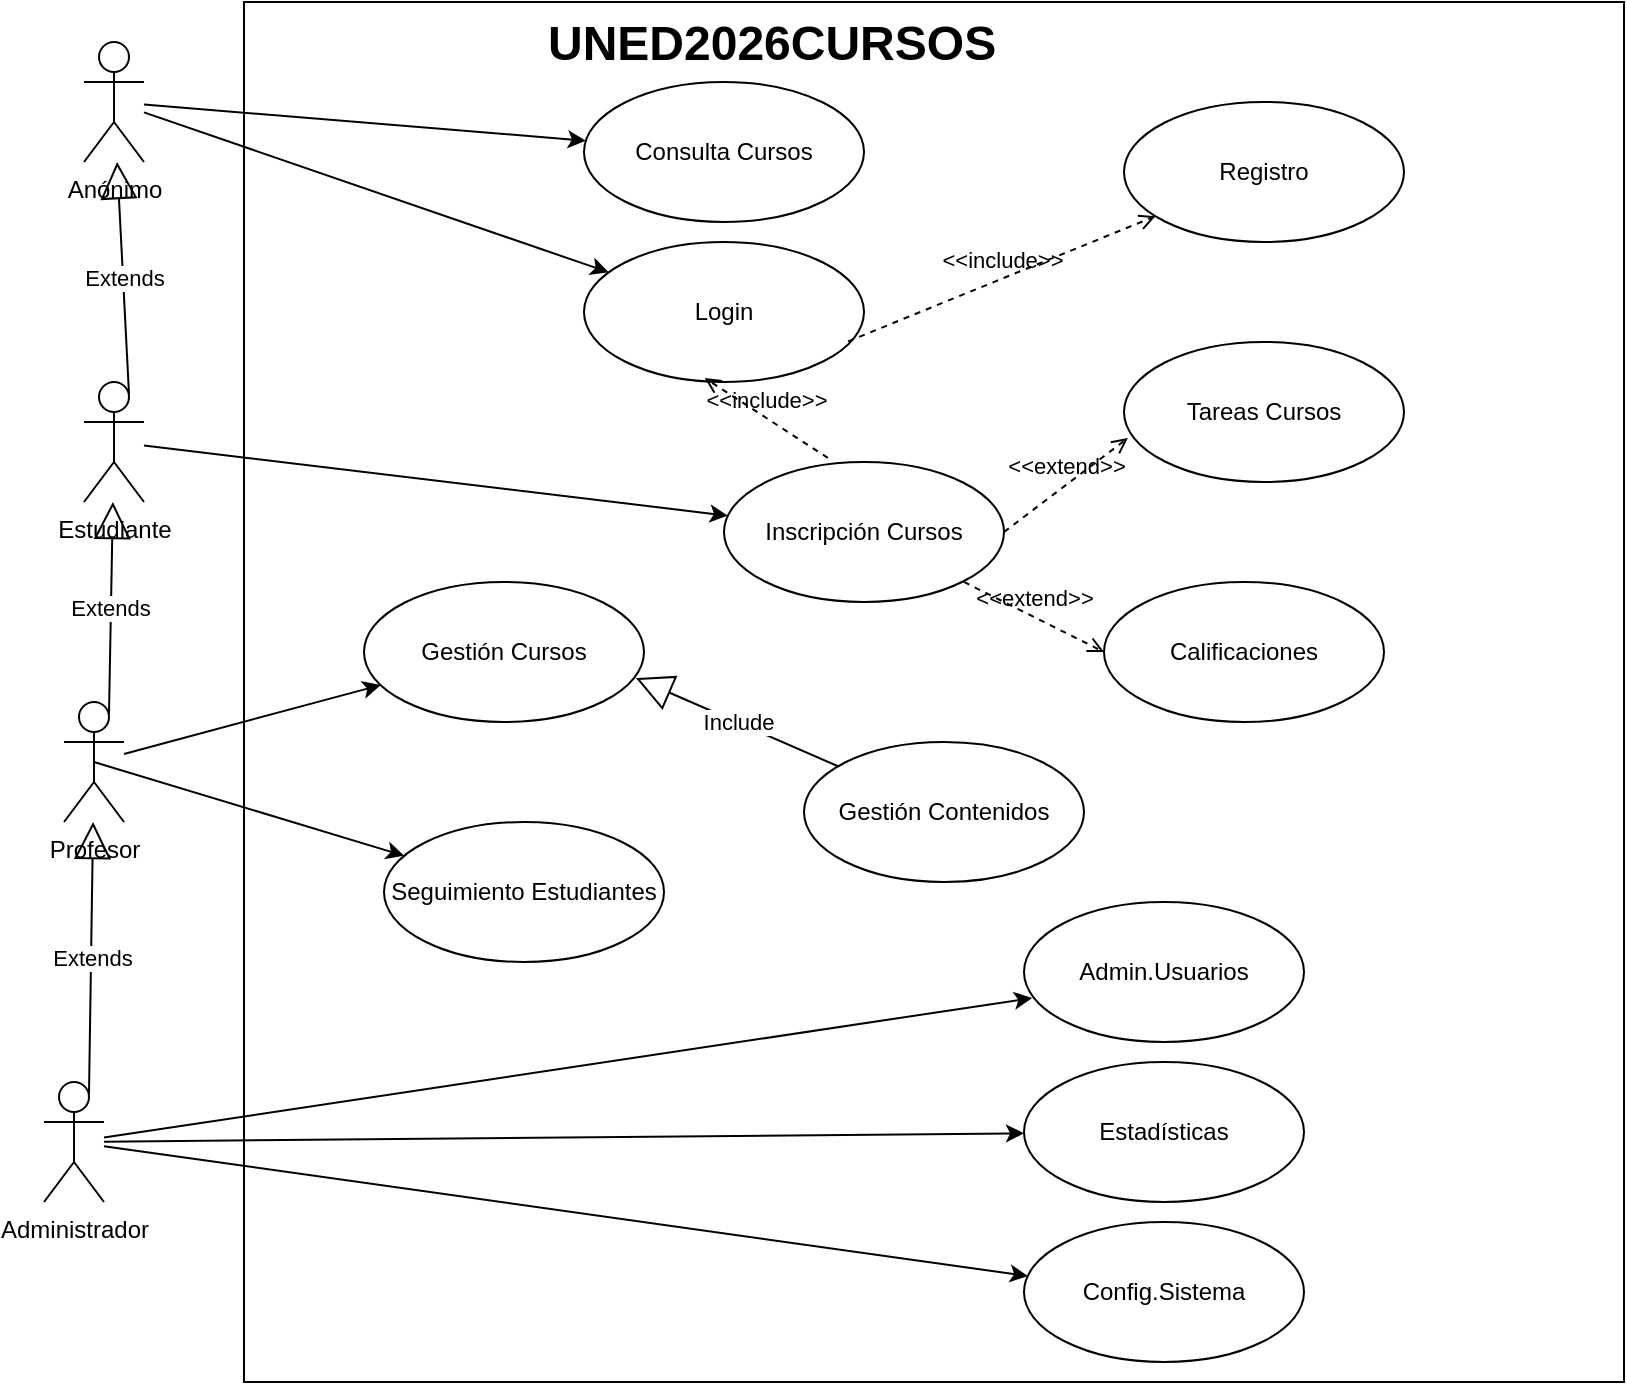
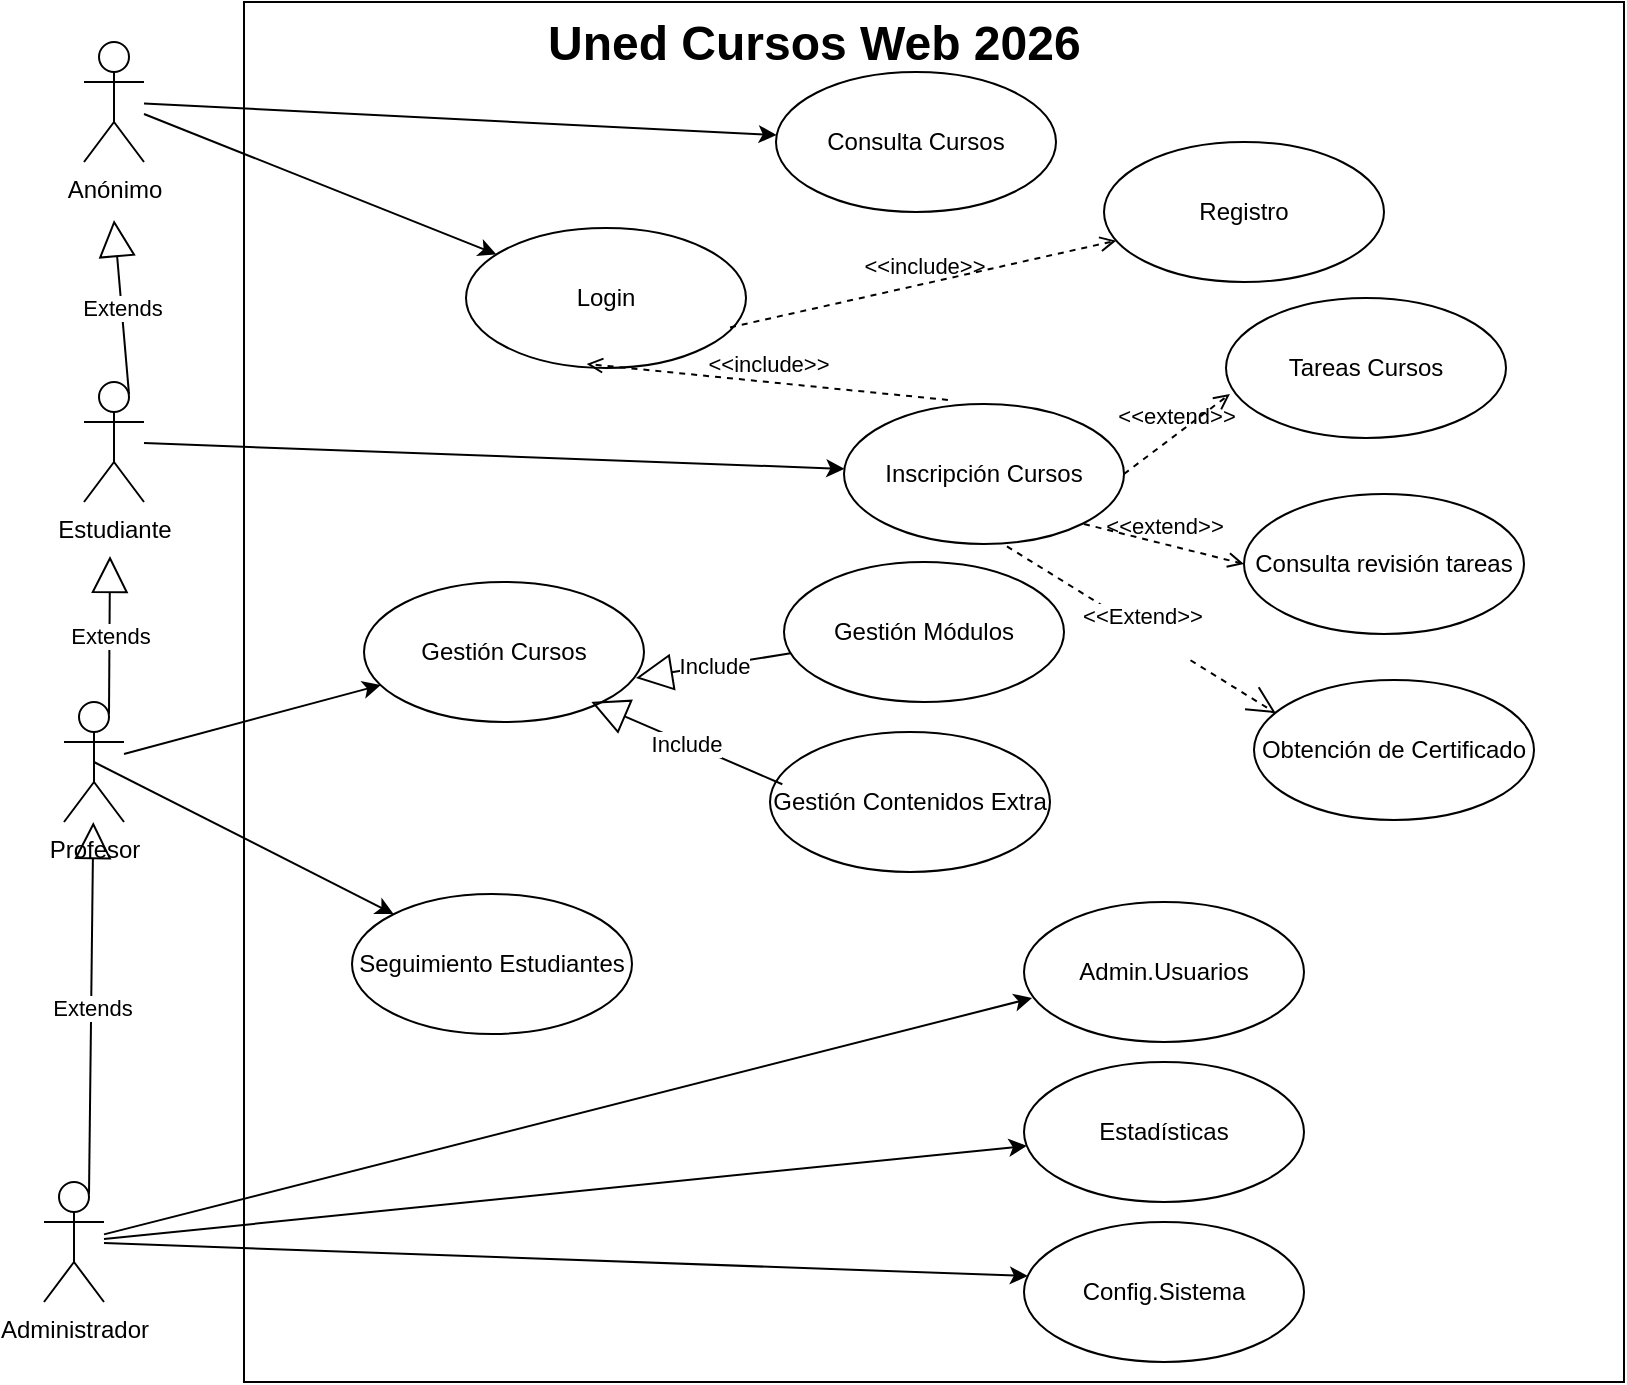
<mxfile host="app.diagrams.net">
  <diagram name="Página-1" id="Z6eqz6JyQ6Rworocjw-s">
-     <mxGraphModel dx="1433" dy="732" grid="1" gridSize="10" guides="0" tooltips="1" connect="1" arrows="1" fold="1" page="1" pageScale="1" pageWidth="827" pageHeight="1169" background="none" math="0" shadow="0">
+     <mxGraphModel dx="1483" dy="700" grid="0" gridSize="10" guides="0" tooltips="1" connect="1" arrows="1" fold="1" page="1" pageScale="1" pageWidth="827" pageHeight="1169" background="none" math="0" shadow="0">
      <root>
        <mxCell id="0" />
        <mxCell id="1" parent="0" />
        <mxCell id="1F54V-lmrA6XuyNNSSGk-1" parent="1" style="whiteSpace=wrap;html=1;aspect=fixed;" value="" vertex="1">
          <mxGeometry height="690" width="690" x="200" y="20" as="geometry" />
        </mxCell>
-         <mxCell id="1F54V-lmrA6XuyNNSSGk-2" parent="1" style="text;html=1;whiteSpace=wrap;overflow=hidden;rounded=0;" value="&lt;h1 style=&quot;margin-top: 0px;&quot;&gt;UNED2026CURSOS&lt;/h1&gt;" vertex="1">
-           <mxGeometry height="40" width="240" x="350" y="20" as="geometry" />
+         <mxCell id="1F54V-lmrA6XuyNNSSGk-2" parent="1" style="text;html=1;whiteSpace=wrap;overflow=hidden;rounded=0;" value="&lt;h1 style=&quot;margin-top: 0px;&quot;&gt;Uned Cursos Web 2026&lt;/h1&gt;" vertex="1">
+           <mxGeometry height="40" width="282" x="350" y="20" as="geometry" />
        </mxCell>
        <UserObject label="Anónimo" tooltip="Anónimo" id="1F54V-lmrA6XuyNNSSGk-3">
          <mxCell parent="1" style="shape=umlActor;verticalLabelPosition=bottom;verticalAlign=top;html=1;outlineConnect=0;" vertex="1">
            <mxGeometry height="60" width="30" x="120" y="40" as="geometry" />
          </mxCell>
        </UserObject>
        <mxCell id="1F54V-lmrA6XuyNNSSGk-5" parent="1" style="ellipse;whiteSpace=wrap;html=1;" value="Consulta Cursos" vertex="1">
-           <mxGeometry height="70" width="140" x="370" y="60" as="geometry" />
+           <mxGeometry height="70" width="140" x="466" y="55" as="geometry" />
        </mxCell>
        <UserObject label="Estudiante&lt;div&gt;&lt;br&gt;&lt;/div&gt;" tooltip="Anónimo" id="1F54V-lmrA6XuyNNSSGk-6">
          <mxCell parent="1" style="shape=umlActor;verticalLabelPosition=bottom;verticalAlign=top;html=1;outlineConnect=0;" vertex="1">
            <mxGeometry height="60" width="30" x="120" y="210" as="geometry" />
          </mxCell>
        </UserObject>
        <mxCell id="1F54V-lmrA6XuyNNSSGk-12" parent="1" style="ellipse;whiteSpace=wrap;html=1;" value="Login" vertex="1">
-           <mxGeometry height="70" width="140" x="370" y="140" as="geometry" />
+           <mxGeometry height="70" width="140" x="311" y="133" as="geometry" />
        </mxCell>
        <mxCell id="1F54V-lmrA6XuyNNSSGk-13" parent="1" style="ellipse;whiteSpace=wrap;html=1;" value="Registro" vertex="1">
-           <mxGeometry height="70" width="140" x="640" y="70" as="geometry" />
+           <mxGeometry height="70" width="140" x="630" y="90" as="geometry" />
        </mxCell>
        <UserObject label="&lt;div&gt;Profesor&lt;/div&gt;&lt;div&gt;&lt;br&gt;&lt;/div&gt;" tooltip="Anónimo" id="1F54V-lmrA6XuyNNSSGk-16">
          <mxCell parent="1" style="shape=umlActor;verticalLabelPosition=bottom;verticalAlign=top;html=1;outlineConnect=0;" vertex="1">
            <mxGeometry height="60" width="30" x="110" y="370" as="geometry" />
          </mxCell>
        </UserObject>
        <UserObject label="&lt;div&gt;Administrador&lt;/div&gt;" tooltip="Anónimo" id="1F54V-lmrA6XuyNNSSGk-21">
          <mxCell parent="1" style="shape=umlActor;verticalLabelPosition=bottom;verticalAlign=top;html=1;outlineConnect=0;" vertex="1">
-             <mxGeometry height="60" width="30" x="100" y="560" as="geometry" />
+             <mxGeometry height="60" width="30" x="100" y="610" as="geometry" />
          </mxCell>
        </UserObject>
        <mxCell id="1F54V-lmrA6XuyNNSSGk-25" parent="1" style="ellipse;whiteSpace=wrap;html=1;" value="Admin.Usuarios" vertex="1">
          <mxGeometry height="70" width="140" x="590" y="470" as="geometry" />
        </mxCell>
        <mxCell id="1F54V-lmrA6XuyNNSSGk-26" parent="1" style="ellipse;whiteSpace=wrap;html=1;" value="Estadísticas" vertex="1">
          <mxGeometry height="70" width="140" x="590" y="550" as="geometry" />
        </mxCell>
        <mxCell id="1F54V-lmrA6XuyNNSSGk-27" parent="1" style="ellipse;whiteSpace=wrap;html=1;" value="Config.Sistema" vertex="1">
          <mxGeometry height="70" width="140" x="590" y="630" as="geometry" />
        </mxCell>
        <mxCell id="1F54V-lmrA6XuyNNSSGk-29" edge="1" parent="1" source="1F54V-lmrA6XuyNNSSGk-3" style="endArrow=classic;html=1;rounded=0;" target="1F54V-lmrA6XuyNNSSGk-5" value="">
          <mxGeometry height="50" relative="1" width="50" as="geometry">
            <mxPoint x="400" y="250" as="sourcePoint" />
            <mxPoint x="450" y="200" as="targetPoint" />
          </mxGeometry>
        </mxCell>
        <mxCell id="1F54V-lmrA6XuyNNSSGk-30" edge="1" parent="1" source="1F54V-lmrA6XuyNNSSGk-3" style="endArrow=classic;html=1;rounded=0;" target="1F54V-lmrA6XuyNNSSGk-12" value="">
          <mxGeometry height="50" relative="1" width="50" as="geometry">
            <mxPoint x="330" y="172" as="sourcePoint" />
            <mxPoint x="451" y="160" as="targetPoint" />
          </mxGeometry>
        </mxCell>
        <mxCell id="1F54V-lmrA6XuyNNSSGk-31" parent="1" style="ellipse;whiteSpace=wrap;html=1;" value="Inscripción Cursos" vertex="1">
-           <mxGeometry height="70" width="140" x="440" y="250" as="geometry" />
+           <mxGeometry height="70" width="140" x="500" y="221" as="geometry" />
        </mxCell>
        <mxCell id="1F54V-lmrA6XuyNNSSGk-33" edge="1" parent="1" source="1F54V-lmrA6XuyNNSSGk-6" style="endArrow=classic;html=1;rounded=0;" target="1F54V-lmrA6XuyNNSSGk-31" value="">
          <mxGeometry height="50" relative="1" width="50" as="geometry">
            <mxPoint x="390" y="220" as="sourcePoint" />
            <mxPoint x="572" y="240" as="targetPoint" />
          </mxGeometry>
        </mxCell>
        <mxCell id="1F54V-lmrA6XuyNNSSGk-34" parent="1" style="ellipse;whiteSpace=wrap;html=1;" value="Tareas Cursos" vertex="1">
-           <mxGeometry height="70" width="140" x="640" y="190" as="geometry" />
+           <mxGeometry height="70" width="140" x="691" y="168" as="geometry" />
        </mxCell>
-         <mxCell id="1F54V-lmrA6XuyNNSSGk-35" parent="1" style="ellipse;whiteSpace=wrap;html=1;" value="Calificaciones" vertex="1">
-           <mxGeometry height="70" width="140" x="630" y="310" as="geometry" />
+         <mxCell id="1F54V-lmrA6XuyNNSSGk-35" parent="1" style="ellipse;whiteSpace=wrap;html=1;" value="Consulta revisión tareas" vertex="1">
+           <mxGeometry height="70" width="140" x="700" y="266" as="geometry" />
        </mxCell>
        <mxCell id="1F54V-lmrA6XuyNNSSGk-39" parent="1" style="ellipse;whiteSpace=wrap;html=1;" value="Gestión Cursos" vertex="1">
          <mxGeometry height="70" width="140" x="260" y="310" as="geometry" />
        </mxCell>
-         <mxCell id="1F54V-lmrA6XuyNNSSGk-40" parent="1" style="ellipse;whiteSpace=wrap;html=1;" value="Gestión Contenidos" vertex="1">
-           <mxGeometry height="70" width="140" x="480" y="390" as="geometry" />
+         <mxCell id="1F54V-lmrA6XuyNNSSGk-40" parent="1" style="ellipse;whiteSpace=wrap;html=1;" value="Gestión Módulos" vertex="1">
+           <mxGeometry height="70" width="140" x="470" y="300" as="geometry" />
        </mxCell>
        <mxCell id="1F54V-lmrA6XuyNNSSGk-41" edge="1" parent="1" source="1F54V-lmrA6XuyNNSSGk-40" style="endArrow=block;endSize=16;endFill=0;html=1;rounded=0;entryX=0.971;entryY=0.686;entryDx=0;entryDy=0;entryPerimeter=0;" target="1F54V-lmrA6XuyNNSSGk-39" value="Include">
          <mxGeometry relative="1" width="160" as="geometry">
            <mxPoint x="620" y="226" as="sourcePoint" />
            <mxPoint x="719" y="220" as="targetPoint" />
          </mxGeometry>
        </mxCell>
        <mxCell id="1F54V-lmrA6XuyNNSSGk-42" parent="1" style="ellipse;whiteSpace=wrap;html=1;" value="Seguimiento Estudiantes" vertex="1">
-           <mxGeometry height="70" width="140" x="270" y="430" as="geometry" />
+           <mxGeometry height="70" width="140" x="254" y="466" as="geometry" />
        </mxCell>
        <mxCell id="1F54V-lmrA6XuyNNSSGk-43" edge="1" parent="1" source="1F54V-lmrA6XuyNNSSGk-21" style="endArrow=classic;html=1;rounded=0;entryX=0.029;entryY=0.686;entryDx=0;entryDy=0;entryPerimeter=0;" target="1F54V-lmrA6XuyNNSSGk-25" value="">
          <mxGeometry height="50" relative="1" width="50" as="geometry">
            <mxPoint x="330" y="530" as="sourcePoint" />
            <mxPoint x="496" y="568" as="targetPoint" />
          </mxGeometry>
        </mxCell>
        <mxCell id="1F54V-lmrA6XuyNNSSGk-44" edge="1" parent="1" source="1F54V-lmrA6XuyNNSSGk-21" style="endArrow=classic;html=1;rounded=0;" target="1F54V-lmrA6XuyNNSSGk-26" value="">
          <mxGeometry height="50" relative="1" width="50" as="geometry">
            <mxPoint x="380" y="580" as="sourcePoint" />
            <mxPoint x="546" y="618" as="targetPoint" />
          </mxGeometry>
        </mxCell>
        <mxCell id="1F54V-lmrA6XuyNNSSGk-45" edge="1" parent="1" source="1F54V-lmrA6XuyNNSSGk-21" style="endArrow=classic;html=1;rounded=0;entryX=0.014;entryY=0.386;entryDx=0;entryDy=0;entryPerimeter=0;" target="1F54V-lmrA6XuyNNSSGk-27" value="">
          <mxGeometry height="50" relative="1" width="50" as="geometry">
            <mxPoint x="150" y="570" as="sourcePoint" />
            <mxPoint x="900" y="641" as="targetPoint" />
          </mxGeometry>
        </mxCell>
        <mxCell id="7yxSdqQDTaA9uwxut87b-1" edge="1" parent="1" source="1F54V-lmrA6XuyNNSSGk-16" style="endArrow=classic;html=1;rounded=0;" target="1F54V-lmrA6XuyNNSSGk-39" value="">
          <mxGeometry height="50" relative="1" width="50" as="geometry">
            <mxPoint x="330" y="230" as="sourcePoint" />
            <mxPoint x="496" y="268" as="targetPoint" />
          </mxGeometry>
        </mxCell>
        <mxCell id="7yxSdqQDTaA9uwxut87b-2" edge="1" parent="1" source="1F54V-lmrA6XuyNNSSGk-16" style="endArrow=classic;html=1;rounded=0;exitX=0.5;exitY=0.5;exitDx=0;exitDy=0;exitPerimeter=0;" target="1F54V-lmrA6XuyNNSSGk-42" value="">
          <mxGeometry height="50" relative="1" width="50" as="geometry">
            <mxPoint x="580" y="380" as="sourcePoint" />
            <mxPoint x="746" y="418" as="targetPoint" />
          </mxGeometry>
        </mxCell>
        <mxCell id="7yxSdqQDTaA9uwxut87b-3" edge="1" parent="1" source="1F54V-lmrA6XuyNNSSGk-31" style="html=1;verticalAlign=bottom;labelBackgroundColor=none;endArrow=open;endFill=0;dashed=1;rounded=0;exitX=0.857;exitY=0.857;exitDx=0;exitDy=0;exitPerimeter=0;entryX=0;entryY=0.5;entryDx=0;entryDy=0;" target="1F54V-lmrA6XuyNNSSGk-35" value="&amp;lt;&amp;lt;extend&amp;gt;&amp;gt;">
          <mxGeometry relative="1" width="160" as="geometry">
            <mxPoint x="420" y="320" as="sourcePoint" />
            <mxPoint x="580" y="320" as="targetPoint" />
          </mxGeometry>
        </mxCell>
        <mxCell id="7yxSdqQDTaA9uwxut87b-4" edge="1" parent="1" source="1F54V-lmrA6XuyNNSSGk-31" style="html=1;verticalAlign=bottom;labelBackgroundColor=none;endArrow=open;endFill=0;dashed=1;rounded=0;exitX=1;exitY=0.5;exitDx=0;exitDy=0;entryX=0.014;entryY=0.686;entryDx=0;entryDy=0;entryPerimeter=0;" target="1F54V-lmrA6XuyNNSSGk-34" value="&amp;lt;&amp;lt;extend&amp;gt;&amp;gt;">
          <mxGeometry relative="1" width="160" as="geometry">
            <mxPoint x="780" y="280" as="sourcePoint" />
            <mxPoint x="920" y="315" as="targetPoint" />
          </mxGeometry>
        </mxCell>
        <mxCell id="7yxSdqQDTaA9uwxut87b-5" edge="1" parent="1" source="1F54V-lmrA6XuyNNSSGk-12" style="html=1;verticalAlign=bottom;labelBackgroundColor=none;endArrow=open;endFill=0;dashed=1;rounded=0;exitX=0.943;exitY=0.71;exitDx=0;exitDy=0;exitPerimeter=0;" target="1F54V-lmrA6XuyNNSSGk-13" value="&amp;lt;&amp;lt;include&amp;gt;&amp;gt;">
          <mxGeometry relative="1" width="160" as="geometry">
            <mxPoint x="420" y="320" as="sourcePoint" />
            <mxPoint x="580" y="320" as="targetPoint" />
          </mxGeometry>
        </mxCell>
        <mxCell id="7yxSdqQDTaA9uwxut87b-6" edge="1" parent="1" source="1F54V-lmrA6XuyNNSSGk-21" style="endArrow=block;endSize=16;endFill=0;html=1;rounded=0;exitX=0.75;exitY=0.1;exitDx=0;exitDy=0;exitPerimeter=0;" target="1F54V-lmrA6XuyNNSSGk-16" value="Extends">
          <mxGeometry relative="1" width="160" as="geometry">
            <mxPoint x="420" y="320" as="sourcePoint" />
-             <mxPoint x="580" y="320" as="targetPoint" />
+             <mxPoint x="123" y="491" as="targetPoint" />
          </mxGeometry>
        </mxCell>
-         <mxCell id="7yxSdqQDTaA9uwxut87b-7" edge="1" parent="1" source="1F54V-lmrA6XuyNNSSGk-16" style="endArrow=block;endSize=16;endFill=0;html=1;rounded=0;exitX=0.75;exitY=0.1;exitDx=0;exitDy=0;exitPerimeter=0;" target="1F54V-lmrA6XuyNNSSGk-6" value="Extends">
+         <mxCell id="7yxSdqQDTaA9uwxut87b-7" edge="1" parent="1" source="1F54V-lmrA6XuyNNSSGk-16" style="endArrow=block;endSize=16;endFill=0;html=1;rounded=0;exitX=0.75;exitY=0.1;exitDx=0;exitDy=0;exitPerimeter=0;" value="Extends">
          <mxGeometry relative="1" width="160" as="geometry">
            <mxPoint x="257" y="466" as="sourcePoint" />
-             <mxPoint x="250" y="330" as="targetPoint" />
+             <mxPoint x="133" y="297" as="targetPoint" />
          </mxGeometry>
        </mxCell>
-         <mxCell id="7yxSdqQDTaA9uwxut87b-8" edge="1" parent="1" source="1F54V-lmrA6XuyNNSSGk-6" style="endArrow=block;endSize=16;endFill=0;html=1;rounded=0;exitX=0.75;exitY=0.1;exitDx=0;exitDy=0;exitPerimeter=0;" target="1F54V-lmrA6XuyNNSSGk-3" value="Extends">
+         <mxCell id="7yxSdqQDTaA9uwxut87b-8" edge="1" parent="1" source="1F54V-lmrA6XuyNNSSGk-6" style="endArrow=block;endSize=16;endFill=0;html=1;rounded=0;exitX=0.75;exitY=0.1;exitDx=0;exitDy=0;exitPerimeter=0;" value="Extends">
          <mxGeometry relative="1" width="160" as="geometry">
            <mxPoint x="177" y="386" as="sourcePoint" />
-             <mxPoint x="170" y="250" as="targetPoint" />
+             <mxPoint x="135" y="129" as="targetPoint" />
          </mxGeometry>
        </mxCell>
        <mxCell id="7yxSdqQDTaA9uwxut87b-14" edge="1" parent="1" source="1F54V-lmrA6XuyNNSSGk-31" style="html=1;verticalAlign=bottom;labelBackgroundColor=none;endArrow=open;endFill=0;dashed=1;rounded=0;exitX=0.371;exitY=-0.029;exitDx=0;exitDy=0;exitPerimeter=0;entryX=0.431;entryY=0.971;entryDx=0;entryDy=0;entryPerimeter=0;" target="1F54V-lmrA6XuyNNSSGk-12" value="&amp;lt;&amp;lt;include&amp;gt;&amp;gt;">
          <mxGeometry relative="1" width="160" as="geometry">
            <mxPoint x="780" y="243" as="sourcePoint" />
            <mxPoint x="934" y="180" as="targetPoint" />
          </mxGeometry>
        </mxCell>
+         <mxCell id="1YxPvIZhPVlyda2-xuaD-1" parent="1" style="ellipse;whiteSpace=wrap;html=1;" value="Gestión Contenidos Extra" vertex="1">
+           <mxGeometry height="70" width="140" x="463" y="385" as="geometry" />
+         </mxCell>
+         <mxCell id="1YxPvIZhPVlyda2-xuaD-2" parent="1" style="ellipse;whiteSpace=wrap;html=1;" value="Obtención de Certificado" vertex="1">
+           <mxGeometry height="70" width="140" x="705" y="359" as="geometry" />
+         </mxCell>
+         <mxCell id="1YxPvIZhPVlyda2-xuaD-4" edge="1" parent="1" source="1F54V-lmrA6XuyNNSSGk-31" style="endArrow=open;endSize=12;dashed=1;html=1;rounded=0;entryX=0.078;entryY=0.237;entryDx=0;entryDy=0;entryPerimeter=0;exitX=0.582;exitY=1.017;exitDx=0;exitDy=0;exitPerimeter=0;" target="1YxPvIZhPVlyda2-xuaD-2" value="&amp;lt;&amp;lt;Extend&amp;gt;&amp;gt;&lt;div&gt;&lt;br&gt;&lt;/div&gt;">
+           <mxGeometry relative="1" width="160" as="geometry">
+             <mxPoint x="404" y="366" as="sourcePoint" />
+             <mxPoint x="564" y="366" as="targetPoint" />
+           </mxGeometry>
+         </mxCell>
+         <mxCell id="1YxPvIZhPVlyda2-xuaD-5" edge="1" parent="1" source="1YxPvIZhPVlyda2-xuaD-1" style="endArrow=block;endSize=16;endFill=0;html=1;rounded=0;entryX=0.812;entryY=0.857;entryDx=0;entryDy=0;entryPerimeter=0;exitX=0.044;exitY=0.373;exitDx=0;exitDy=0;exitPerimeter=0;" target="1F54V-lmrA6XuyNNSSGk-39" value="Include">
+           <mxGeometry relative="1" width="160" as="geometry">
+             <mxPoint x="513" y="533" as="sourcePoint" />
+             <mxPoint x="436" y="546" as="targetPoint" />
+           </mxGeometry>
+         </mxCell>
      </root>
    </mxGraphModel>
  </diagram>
</mxfile>
